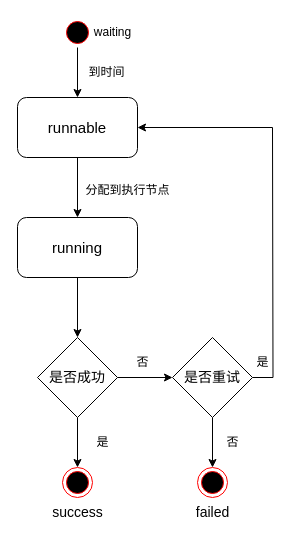
Before: 任务调度执行状态转换.drawio in tianshengdiwangK/common, a draw.io diagram. Source tidied: cells renumbered, new cells numbered last; positions are measured from the earlier drawing's top-left corner, leaving out a move shared by most shapes. Both pictures are drawn from the tidied source at 100%, with x=0, y=0 at pixel (17, 17).
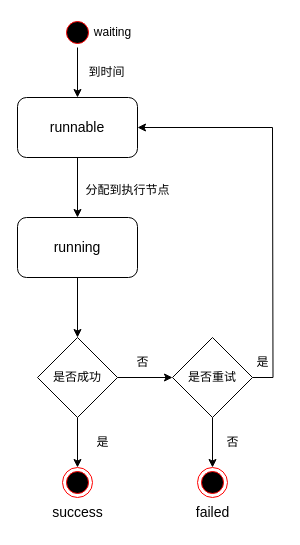
After the change.

Commit message:
更新任务调度执行状态转换.drawio

The edit, as a diff of the source:
```diff
@@
-    <mxCell id="6" value="&lt;font style=&quot;font-size: 15px;&quot;&gt;runnable&lt;/font&gt;" style="rounded=1;whiteSpace=wrap;html=1;" parent="1" vertex="1">
+    <mxCell id="6" value="&lt;font style=&quot;font-size: 14px;&quot;&gt;runnable&lt;/font&gt;" style="rounded=1;whiteSpace=wrap;html=1;" parent="1" vertex="1">
       <mxGeometry y="80" width="120" height="60" as="geometry" />
     </mxCell>
@@
-    <mxCell id="8" value="&lt;font style=&quot;font-size: 15px;&quot;&gt;running&lt;/font&gt;" style="rounded=1;whiteSpace=wrap;html=1;" parent="1" vertex="1">
+    <mxCell id="8" value="&lt;font style=&quot;font-size: 14px;&quot;&gt;running&lt;/font&gt;" style="rounded=1;whiteSpace=wrap;html=1;" parent="1" vertex="1">
       <mxGeometry y="200" width="120" height="60" as="geometry" />
     </mxCell>
@@
-    <mxCell id="14" value="&lt;font style=&quot;font-size: 14px;&quot;&gt;是否成功&lt;/font&gt;" style="rhombus;whiteSpace=wrap;html=1;" parent="1" vertex="1">
+    <mxCell id="14" value="&lt;font style=&quot;font-size: 12px;&quot;&gt;是否成功&lt;/font&gt;" style="rhombus;whiteSpace=wrap;html=1;" parent="1" vertex="1">
       <mxGeometry x="20" y="320" width="80" height="80" as="geometry" />
     </mxCell>
@@
-    <mxCell id="18" value="&lt;font style=&quot;font-size: 14px;&quot;&gt;是否重试&lt;/font&gt;" style="rhombus;whiteSpace=wrap;html=1;" parent="1" vertex="1">
+    <mxCell id="18" value="&lt;font style=&quot;font-size: 12px;&quot;&gt;是否重试&lt;/font&gt;" style="rhombus;whiteSpace=wrap;html=1;" parent="1" vertex="1">
       <mxGeometry x="155" y="320" width="80" height="80" as="geometry" />
     </mxCell>
```
